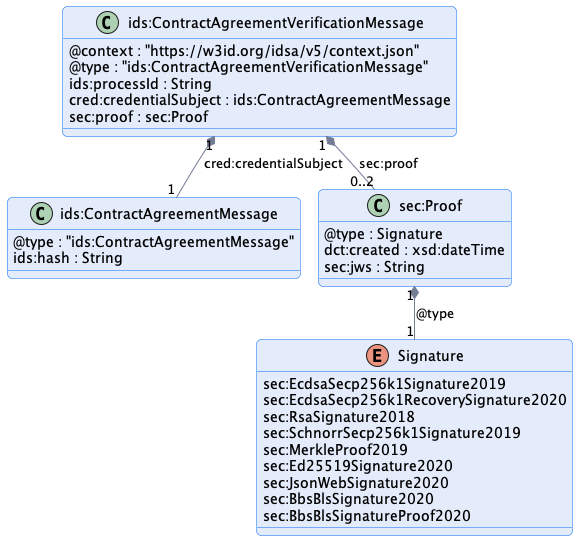
The PlantUML diagram negotiation/message/diagram/contract-agreement-verification-message.png in International-Data-Spaces-Association/ids-specification, before a commit.
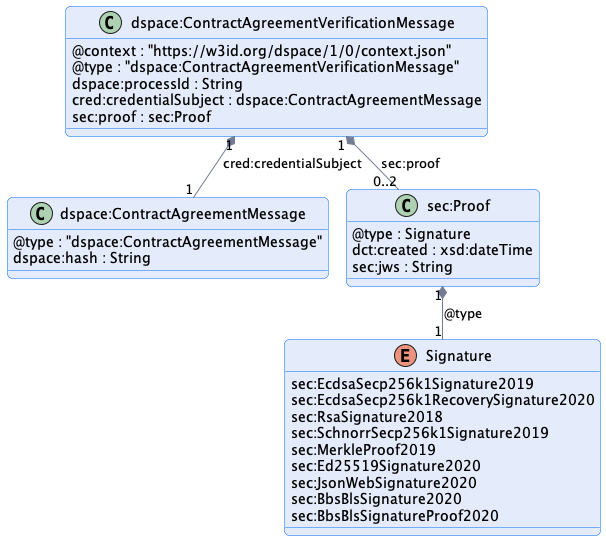
After the commit.

Change to the diagram source:
```diff
@@ -1,22 +1,22 @@
 @startuml "contract-agreement-verification-message"
 !pragma layout smetana
 
-!include ../../diagrams/diagram.styles.puml
+!include ../../../common/style/diagram.styles.puml
 
 hide empty description
 
 
-class "ids:ContractAgreementVerificationMessage" {
-    @context : "https://w3id.org/idsa/v5/context.json"
-    @type : "ids:ContractAgreementVerificationMessage"
-    ids:processId : String
-    cred:credentialSubject : ids:ContractAgreementMessage
+class "dspace:ContractAgreementVerificationMessage" {
+    @context : "https://w3id.org/dspace/1/0/context.json"
+    @type : "dspace:ContractAgreementVerificationMessage"
+    dspace:processId : String
+    cred:credentialSubject : dspace:ContractAgreementMessage
     sec:proof : sec:Proof
 }
 
-class ids:ContractAgreementMessage {
-    @type : "ids:ContractAgreementMessage"
-    ids:hash : String
+class dspace:ContractAgreementMessage {
+    @type : "dspace:ContractAgreementMessage"
+    dspace:hash : String
 }
 
 class sec:Proof {
@@ -37,8 +37,8 @@
     sec:BbsBlsSignatureProof2020
 }
 
-"ids:ContractAgreementVerificationMessage" "1" *-- "1" "ids:ContractAgreementMessage" : "cred:credentialSubject"
-"ids:ContractAgreementVerificationMessage" "1" *-- "0..2" "sec:Proof" : "sec:proof"
+"dspace:ContractAgreementVerificationMessage" "1" *-- "1" "dspace:ContractAgreementMessage" : "cred:credentialSubject"
+"dspace:ContractAgreementVerificationMessage" "1" *-- "0..2" "sec:Proof" : "sec:proof"
 "sec:Proof" "1" *-- "1" Signature : @type
 
 @enduml
```
